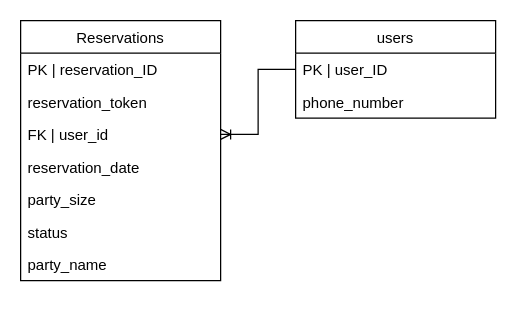
Earlier version of the draw.io diagram database.drawio (zjustus/ChurchReservationSystem). Source tidied: cells renumbered, new cells numbered last; positions are measured from the earlier drawing's top-left corner, leaving out a move shared by most shapes. Both pictures are drawn from the tidied source at 125%, with x=0, y=0 at pixel (20, 20).
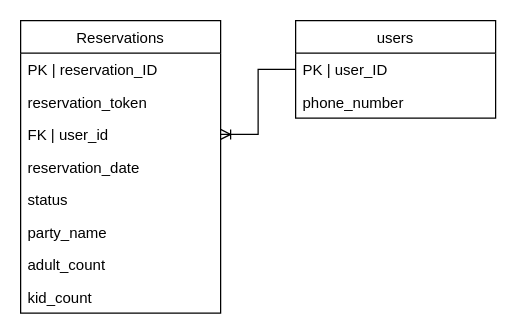
The same diagram, later.

What changed in the source:
```diff
@@
 <mxGraphModel>
   <root>
     <mxCell id="0" />
     <mxCell id="1" parent="0" />
     <mxCell id="2" value="Reservations" style="swimlane;fontStyle=0;align=center;verticalAlign=top;horizontal=1;startSize=26;rounded=0;shadow=0;strokeWidth=1;" parent="1" vertex="1">
-      <mxGeometry width="160" height="208" as="geometry" />
+      <mxGeometry width="160" height="234" as="geometry" />
     </mxCell>
     <mxCell id="3" value="PK | reservation_ID" style="text;strokeColor=none;fillColor=none;align=left;verticalAlign=top;spacingLeft=4;spacingRight=4;overflow=hidden;" parent="2" vertex="1">
       <mxGeometry y="26" width="160" height="26" as="geometry" />
     </mxCell>
     <mxCell id="4" value="reservation_token" style="text;strokeColor=none;fillColor=none;align=left;verticalAlign=top;spacingLeft=4;spacingRight=4;overflow=hidden;" parent="2" vertex="1">
       <mxGeometry y="52" width="160" height="26" as="geometry" />
     </mxCell>
     <mxCell id="5" value="FK | user_id" style="text;strokeColor=none;fillColor=none;align=left;verticalAlign=top;spacingLeft=4;spacingRight=4;overflow=hidden;points=[[0,0.5],[1,0.5]];portConstraint=eastwest;" parent="2" vertex="1">
       <mxGeometry y="78" width="160" height="26" as="geometry" />
     </mxCell>
     <mxCell id="6" value="reservation_date" style="text;strokeColor=none;fillColor=none;align=left;verticalAlign=top;spacingLeft=4;spacingRight=4;overflow=hidden;" parent="2" vertex="1">
       <mxGeometry y="104" width="160" height="26" as="geometry" />
     </mxCell>
-    <mxCell id="7" value="party_size" style="text;strokeColor=none;fillColor=none;align=left;verticalAlign=top;spacingLeft=4;spacingRight=4;overflow=hidden;" parent="2" vertex="1">
-      <mxGeometry y="130" width="160" height="26" as="geometry" />
-    </mxCell>
     <mxCell id="8" value="status" style="text;strokeColor=none;fillColor=none;align=left;verticalAlign=top;spacingLeft=4;spacingRight=4;overflow=hidden;" parent="2" vertex="1">
-      <mxGeometry y="156" width="160" height="26" as="geometry" />
+      <mxGeometry y="130" width="160" height="26" as="geometry" />
     </mxCell>
     <mxCell id="9" value="party_name" style="text;strokeColor=none;fillColor=none;align=left;verticalAlign=top;spacingLeft=4;spacingRight=4;overflow=hidden;" parent="2" vertex="1">
-      <mxGeometry y="182" width="160" height="26" as="geometry" />
+      <mxGeometry y="156" width="160" height="26" as="geometry" />
     </mxCell>
+    <mxCell id="14" value="adult_count" style="text;strokeColor=none;fillColor=none;align=left;verticalAlign=top;spacingLeft=4;spacingRight=4;overflow=hidden;" parent="2" vertex="1">
+      <mxGeometry y="182" width="160" height="26" as="geometry" />
+    </mxCell>
+    <mxCell id="15" value="kid_count" style="text;strokeColor=none;fillColor=none;align=left;verticalAlign=top;spacingLeft=4;spacingRight=4;overflow=hidden;" parent="2" vertex="1">
+      <mxGeometry y="208" width="160" height="26" as="geometry" />
+    </mxCell>
     <mxCell id="10" value="users" style="swimlane;fontStyle=0;align=center;verticalAlign=top;horizontal=1;startSize=26;rounded=0;shadow=0;strokeWidth=1;" parent="1" vertex="1">
       <mxGeometry x="220" width="160" height="78" as="geometry" />
     </mxCell>
     <mxCell id="11" value="PK | user_ID" style="text;strokeColor=none;fillColor=none;align=left;verticalAlign=top;spacingLeft=4;spacingRight=4;overflow=hidden;points=[[0,0.5],[1,0.5]];portConstraint=eastwest;" parent="10" vertex="1">
       <mxGeometry y="26" width="160" height="26" as="geometry" />
     </mxCell>
     <mxCell id="12" value="phone_number" style="text;strokeColor=none;fillColor=none;align=left;verticalAlign=top;spacingLeft=4;spacingRight=4;overflow=hidden;" parent="10" vertex="1">
       <mxGeometry y="52" width="160" height="26" as="geometry" />
     </mxCell>
     <mxCell id="13" style="edgeStyle=orthogonalEdgeStyle;rounded=0;jettySize=auto;html=1;exitX=0;exitY=0.5;exitDx=0;exitDy=0;entryX=1;entryY=0.5;entryDx=0;entryDy=0;endArrow=ERoneToMany;endFill=0;" parent="1" edge="1" source="11" target="5">
       <mxGeometry relative="1" as="geometry" />
     </mxCell>
   </root>
 </mxGraphModel>
```
